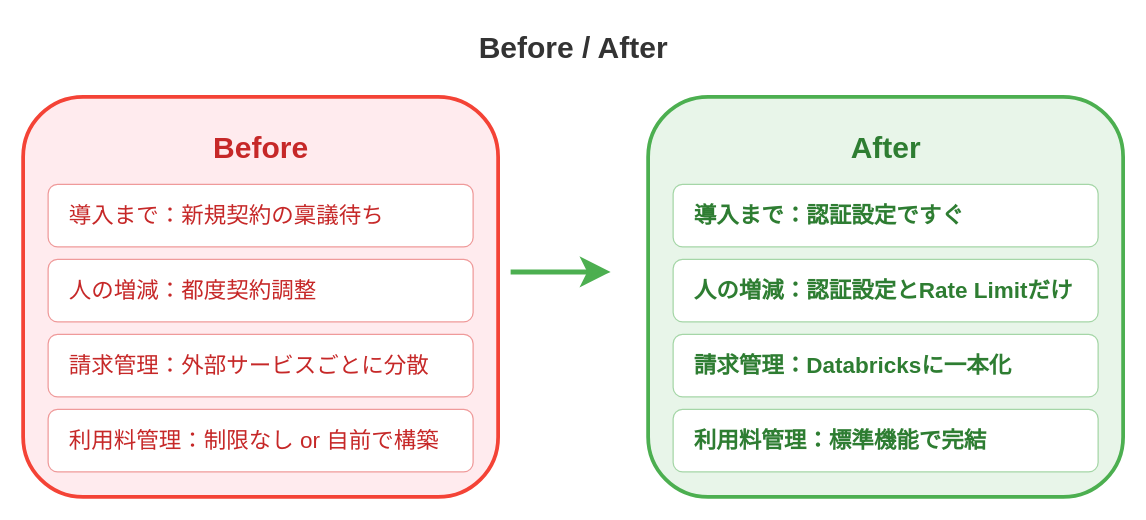
The draw.io diagram assets/2026-01-27-jedai-ai-gateway/before-after.drawio in i9wa4/i9wa4.github.io, before the edit. Source tidied: cells renumbered, new cells numbered last; positions are measured from the earlier drawing's top-left corner, leaving out a move shared by most shapes. Both pictures are drawn from the tidied source at 125%, with x=0, y=0 at pixel (22, 21).
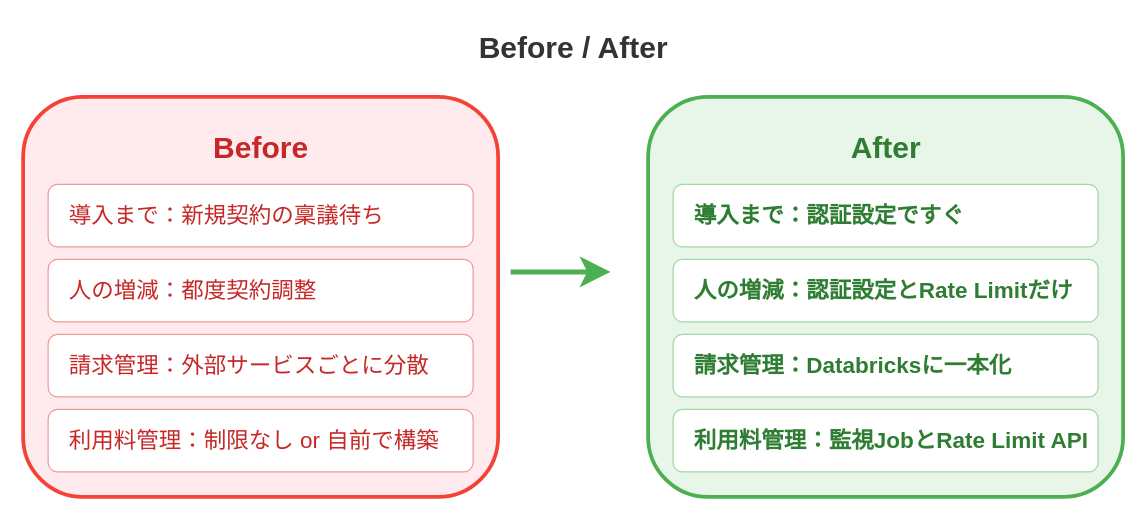
The same page after the edit.

Commit message (it also covers changes not shown here):
fix(slides): 利用料管理表現を修正し図の説明コメントを追加

- before-after: 標準機能で完結 → 監視JobとRate Limit API
- 各図参照箇所にHTMLコメントで図の内容説明を追加

What changed in the source:
```diff
@@
-    <mxCell id="23" value="利用料管理：標準機能で完結" style="text;html=1;fontSize=18;fontFamily=Noto Sans JP;fontStyle=1;fontColor=#2E7D32;align=left;verticalAlign=middle;" parent="1" vertex="1">
+    <mxCell id="23" value="利用料管理：監視JobとRate Limit API" style="text;html=1;fontSize=18;fontFamily=Noto Sans JP;fontStyle=1;fontColor=#2E7D32;align=left;verticalAlign=middle;" parent="1" vertex="1">
       <mxGeometry x="535" y="315" width="310" height="40" as="geometry" />
     </mxCell>
```
